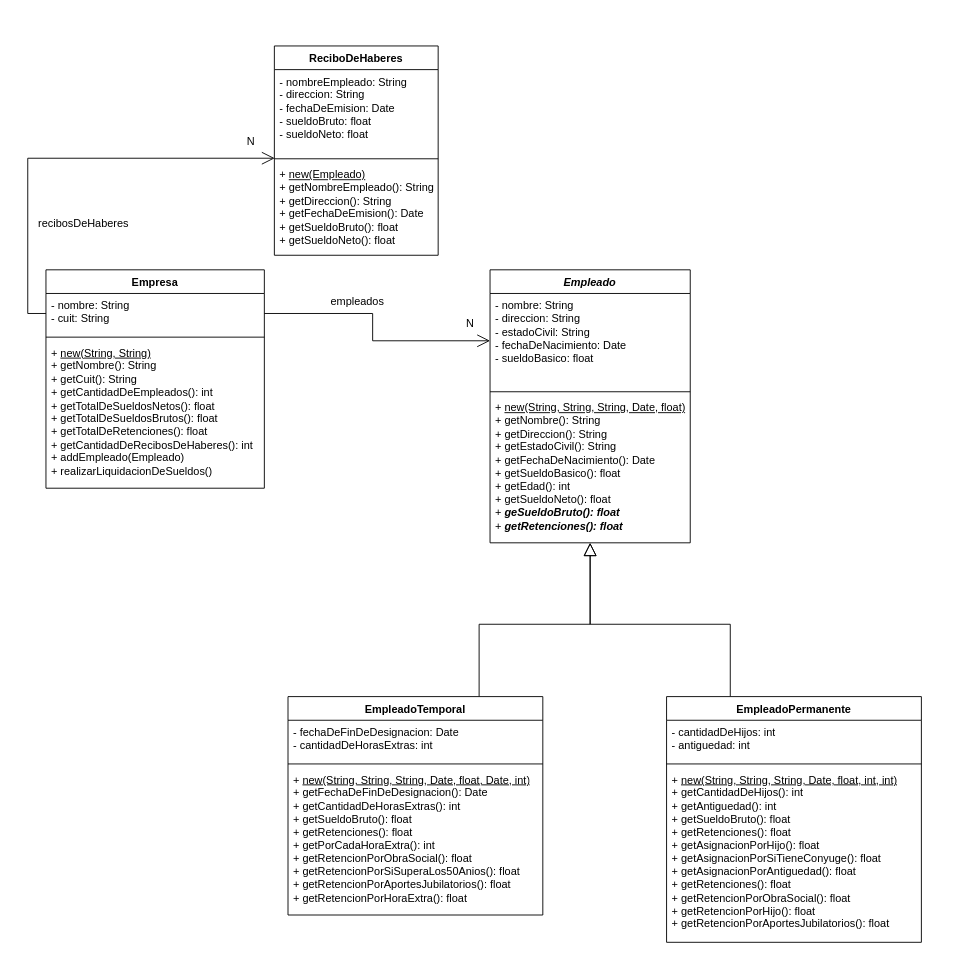
Above: src/ar/edu/unq/poo2/tp2/ejercicio1.drawio in jerezarza98/unqui-po2-zarza (draw.io), before the change. Source tidied: cells renumbered, new cells numbered last; positions are measured from the earlier drawing's top-left corner, leaving out a move shared by most shapes. Both pictures are drawn from the tidied source at 91%, with x=0, y=0 at pixel (28, 46).
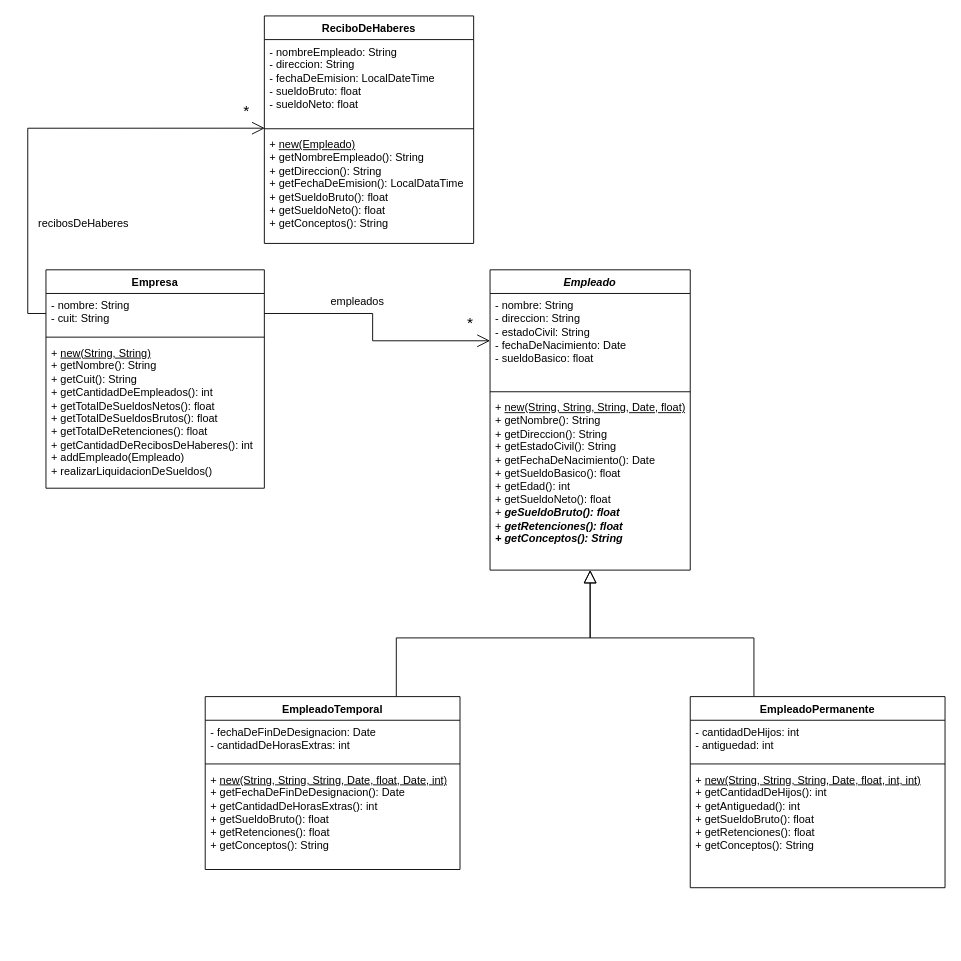
The same page after the edit.

Diff of the diagram source:
```diff
@@
     <mxCell id="6" value="&lt;i&gt;Empleado&lt;/i&gt;" style="swimlane;fontStyle=1;align=center;verticalAlign=top;horizontal=1;startSize=26;whiteSpace=wrap;html=1;" parent="1" vertex="1">
-      <mxGeometry x="507" y="246" width="220" height="300" as="geometry" />
+      <mxGeometry x="507" y="246" width="220" height="330" as="geometry" />
     </mxCell>
@@
-    <mxCell id="9" value="+ &lt;u&gt;new(String, String, String, Date, float)&lt;/u&gt;&lt;div&gt;+ getNombre(): String&lt;/div&gt;&lt;div&gt;+ getDireccion(): String&lt;/div&gt;&lt;div&gt;+ getEstadoCivil(): String&lt;/div&gt;&lt;div&gt;+ getFechaDeNacimiento(): Date&lt;/div&gt;&lt;div&gt;+ getSueldoBasico(): float&lt;/div&gt;&lt;div&gt;+ getEdad(): int&lt;/div&gt;&lt;div&gt;+ getSueldoNeto(): float&lt;/div&gt;&lt;div&gt;+ &lt;b&gt;&lt;i&gt;geSueldoBruto(): float&lt;/i&gt;&lt;/b&gt;&lt;/div&gt;&lt;div&gt;+ &lt;i&gt;&lt;b&gt;getRetenciones(): float&lt;/b&gt;&lt;/i&gt;&lt;/div&gt;" style="text;strokeColor=none;fillColor=none;align=left;verticalAlign=top;spacingLeft=4;spacingRight=4;overflow=hidden;whiteSpace=wrap;html=1;" parent="6" vertex="1">
-      <mxGeometry y="138" width="220" height="162" as="geometry" />
+    <mxCell id="9" value="+ &lt;u&gt;new(String, String, String, Date, float)&lt;/u&gt;&lt;div&gt;+ getNombre(): String&lt;/div&gt;&lt;div&gt;+ getDireccion(): String&lt;/div&gt;&lt;div&gt;+ getEstadoCivil(): String&lt;/div&gt;&lt;div&gt;+ getFechaDeNacimiento(): Date&lt;/div&gt;&lt;div&gt;+ getSueldoBasico(): float&lt;/div&gt;&lt;div&gt;+ getEdad(): int&lt;/div&gt;&lt;div&gt;+ getSueldoNeto(): float&lt;/div&gt;&lt;div&gt;+ &lt;b&gt;&lt;i&gt;geSueldoBruto(): float&lt;/i&gt;&lt;/b&gt;&lt;/div&gt;&lt;div&gt;+ &lt;i&gt;&lt;b&gt;getRetenciones(): float&lt;/b&gt;&lt;/i&gt;&lt;/div&gt;&lt;div&gt;&lt;i&gt;&lt;b&gt;+ getConceptos(): String&lt;/b&gt;&lt;/i&gt;&lt;/div&gt;" style="text;strokeColor=none;fillColor=none;align=left;verticalAlign=top;spacingLeft=4;spacingRight=4;overflow=hidden;whiteSpace=wrap;html=1;" parent="6" vertex="1">
+      <mxGeometry y="138" width="220" height="192" as="geometry" />
     </mxCell>
@@
-    <mxCell id="12" value="N" style="text;html=1;align=center;verticalAlign=middle;strokeColor=none;fillColor=none;" parent="1" vertex="1">
+    <mxCell id="12" value="&lt;font style=&quot;font-size: 17px;&quot;&gt;*&lt;/font&gt;" style="text;html=1;align=center;verticalAlign=middle;strokeColor=none;fillColor=none;" parent="1" vertex="1">
       <mxGeometry x="470" y="290" width="30" height="30" as="geometry" />
     </mxCell>
@@
     <mxCell id="14" value="EmpleadoTemporal" style="swimlane;fontStyle=1;align=center;verticalAlign=top;horizontal=1;startSize=26;whiteSpace=wrap;html=1;" parent="1" vertex="1">
-      <mxGeometry x="285" y="715" width="280" height="240" as="geometry" />
+      <mxGeometry x="194" y="715" width="280" height="190" as="geometry" />
     </mxCell>
@@
-    <mxCell id="17" value="+ &lt;u&gt;new(String, String, String, Date, float, Date, int)&lt;/u&gt;&lt;div&gt;+ getFechaDeFinDeDesignacion(): Date&lt;/div&gt;&lt;div&gt;+ getCantidadDeHorasExtras(): int&lt;/div&gt;&lt;div&gt;+ getSueldoBruto(): float&lt;/div&gt;&lt;div&gt;+ getRetenciones(): float&lt;/div&gt;&lt;div&gt;+ getPorCadaHoraExtra(): int&lt;/div&gt;&lt;div&gt;+ getRetencionPorObraSocial(): float&lt;/div&gt;&lt;div&gt;+ getRetencionPorSiSuperaLos50Anios(): float&lt;/div&gt;&lt;div&gt;+ getRetencionPorAportesJubilatorios(): float&lt;/div&gt;&lt;div&gt;+ getRetencionPorHoraExtra(): float&lt;/div&gt;&lt;div&gt;&lt;br&gt;&lt;/div&gt;" style="text;strokeColor=none;fillColor=none;align=left;verticalAlign=top;spacingLeft=4;spacingRight=4;overflow=hidden;whiteSpace=wrap;html=1;" parent="14" vertex="1">
-      <mxGeometry y="78" width="280" height="162" as="geometry" />
+    <mxCell id="17" value="+ &lt;u&gt;new(String, String, String, Date, float, Date, int)&lt;/u&gt;&lt;div&gt;+ getFechaDeFinDeDesignacion(): Date&lt;/div&gt;&lt;div&gt;+ getCantidadDeHorasExtras(): int&lt;/div&gt;&lt;div&gt;+ getSueldoBruto(): float&lt;/div&gt;&lt;div&gt;+ getRetenciones(): float&lt;/div&gt;&lt;div&gt;+ getConceptos(): String&lt;/div&gt;&lt;div&gt;&lt;br&gt;&lt;/div&gt;" style="text;strokeColor=none;fillColor=none;align=left;verticalAlign=top;spacingLeft=4;spacingRight=4;overflow=hidden;whiteSpace=wrap;html=1;" parent="14" vertex="1">
+      <mxGeometry y="78" width="280" height="112" as="geometry" />
     </mxCell>
@@
     <mxCell id="19" value="EmpleadoPermanente" style="swimlane;fontStyle=1;align=center;verticalAlign=top;horizontal=1;startSize=26;whiteSpace=wrap;html=1;" parent="1" vertex="1">
-      <mxGeometry x="701" y="715" width="280" height="270" as="geometry" />
+      <mxGeometry x="727" y="715" width="280" height="210" as="geometry" />
     </mxCell>
@@
-    <mxCell id="22" value="+ &lt;u&gt;new(String, String, String, Date, float, int, int)&lt;/u&gt;&lt;div&gt;&lt;div&gt;+ getCantidadDeHijos(): int&lt;/div&gt;&lt;div&gt;+ getAntiguedad(): int&lt;/div&gt;&lt;div&gt;+ getSueldoBruto(): float&lt;/div&gt;&lt;div&gt;+ getRetenciones(): float&lt;/div&gt;&lt;div&gt;+ getAsignacionPorHijo(): float&lt;/div&gt;&lt;div&gt;+ getAsignacionPorSiTieneConyuge(): float&lt;/div&gt;&lt;div&gt;+ getAsignacionPorAntiguedad(): float&lt;/div&gt;&lt;/div&gt;&lt;div&gt;+ getRetenciones(): float&lt;/div&gt;&lt;div&gt;+ getRetencionPorObraSocial(): float&lt;/div&gt;&lt;div&gt;+ getRetencionPorHijo(): float&lt;/div&gt;&lt;div&gt;+ getRetencionPorAportesJubilatorios(): float&lt;/div&gt;" style="text;strokeColor=none;fillColor=none;align=left;verticalAlign=top;spacingLeft=4;spacingRight=4;overflow=hidden;whiteSpace=wrap;html=1;" parent="19" vertex="1">
-      <mxGeometry y="78" width="280" height="192" as="geometry" />
+    <mxCell id="22" value="+ &lt;u&gt;new(String, String, String, Date, float, int, int)&lt;/u&gt;&lt;div&gt;&lt;div&gt;+ getCantidadDeHijos(): int&lt;/div&gt;&lt;div&gt;+ getAntiguedad(): int&lt;/div&gt;&lt;div&gt;+ getSueldoBruto(): float&lt;/div&gt;&lt;div&gt;+ getRetenciones(): float&lt;/div&gt;&lt;/div&gt;&lt;div&gt;+ getConceptos(): String&lt;/div&gt;" style="text;strokeColor=none;fillColor=none;align=left;verticalAlign=top;spacingLeft=4;spacingRight=4;overflow=hidden;whiteSpace=wrap;html=1;" parent="19" vertex="1">
+      <mxGeometry y="78" width="280" height="132" as="geometry" />
     </mxCell>
     <mxCell id="23" value="ReciboDeHaberes" style="swimlane;fontStyle=1;align=center;verticalAlign=top;horizontal=1;startSize=26;whiteSpace=wrap;html=1;" parent="1" vertex="1">
-      <mxGeometry x="270" width="180" height="230" as="geometry" />
+      <mxGeometry x="259" y="-33" width="230" height="250" as="geometry" />
     </mxCell>
-    <mxCell id="24" value="- nombreEmpleado: String&lt;div&gt;- direccion: String&lt;/div&gt;&lt;div&gt;- fechaDeEmision: Date&lt;/div&gt;&lt;div&gt;- sueldoBruto: float&lt;/div&gt;&lt;div&gt;- sueldoNeto: float&lt;/div&gt;" style="text;strokeColor=none;fillColor=none;align=left;verticalAlign=top;spacingLeft=4;spacingRight=4;overflow=hidden;points=[[0,0.5],[1,0.5]];portConstraint=eastwest;whiteSpace=wrap;html=1;" parent="23" vertex="1">
-      <mxGeometry y="26" width="180" height="94" as="geometry" />
+    <mxCell id="24" value="- nombreEmpleado: String&lt;div&gt;- direccion: String&lt;/div&gt;&lt;div&gt;- fechaDeEmision: LocalDateTime&lt;/div&gt;&lt;div&gt;- sueldoBruto: float&lt;/div&gt;&lt;div&gt;- sueldoNeto: float&lt;/div&gt;" style="text;strokeColor=none;fillColor=none;align=left;verticalAlign=top;spacingLeft=4;spacingRight=4;overflow=hidden;points=[[0,0.5],[1,0.5]];portConstraint=eastwest;whiteSpace=wrap;html=1;" parent="23" vertex="1">
+      <mxGeometry y="26" width="230" height="94" as="geometry" />
     </mxCell>
     <mxCell id="25" style="line;strokeWidth=1;fillColor=none;align=left;verticalAlign=middle;spacingTop=-1;spacingLeft=3;spacingRight=3;labelPosition=right;strokeColor=inherit;" parent="23" vertex="1">
-      <mxGeometry y="120" width="180" height="8" as="geometry" />
+      <mxGeometry y="120" width="230" height="8" as="geometry" />
     </mxCell>
-    <mxCell id="26" value="+ &lt;u&gt;new(Empleado)&lt;/u&gt;&lt;div&gt;+ getNombreEmpleado(): String&lt;/div&gt;&lt;div&gt;+ getDireccion(): String&lt;/div&gt;&lt;div&gt;+ getFechaDeEmision(): Date&lt;/div&gt;&lt;div&gt;+ getSueldoBruto(): float&lt;/div&gt;&lt;div&gt;+ getSueldoNeto(): float&lt;/div&gt;" style="text;strokeColor=none;fillColor=none;align=left;verticalAlign=top;spacingLeft=4;spacingRight=4;overflow=hidden;whiteSpace=wrap;html=1;" parent="23" vertex="1">
-      <mxGeometry y="128" width="180" height="102" as="geometry" />
+    <mxCell id="26" value="+ &lt;u&gt;new(Empleado)&lt;/u&gt;&lt;div&gt;+ getNombreEmpleado(): String&lt;/div&gt;&lt;div&gt;+ getDireccion(): String&lt;/div&gt;&lt;div&gt;+ getFechaDeEmision(): LocalDataTime&lt;/div&gt;&lt;div&gt;+ getSueldoBruto(): float&lt;/div&gt;&lt;div&gt;+ getSueldoNeto(): float&lt;/div&gt;&lt;div&gt;+ getConceptos(): String&lt;/div&gt;" style="text;strokeColor=none;fillColor=none;align=left;verticalAlign=top;spacingLeft=4;spacingRight=4;overflow=hidden;whiteSpace=wrap;html=1;" parent="23" vertex="1">
+      <mxGeometry y="128" width="230" height="122" as="geometry" />
     </mxCell>
@@
-    <mxCell id="28" value="N" style="text;html=1;align=center;verticalAlign=middle;strokeColor=none;fillColor=none;" parent="1" vertex="1">
-      <mxGeometry x="229" y="90" width="30" height="30" as="geometry" />
-    </mxCell>
@@
+    <mxCell id="30" value="&lt;font style=&quot;font-size: 17px;&quot;&gt;*&lt;/font&gt;" style="text;html=1;align=center;verticalAlign=middle;strokeColor=none;fillColor=none;" parent="1" vertex="1">
+      <mxGeometry x="224" y="57" width="30" height="30" as="geometry" />
+    </mxCell>
```
